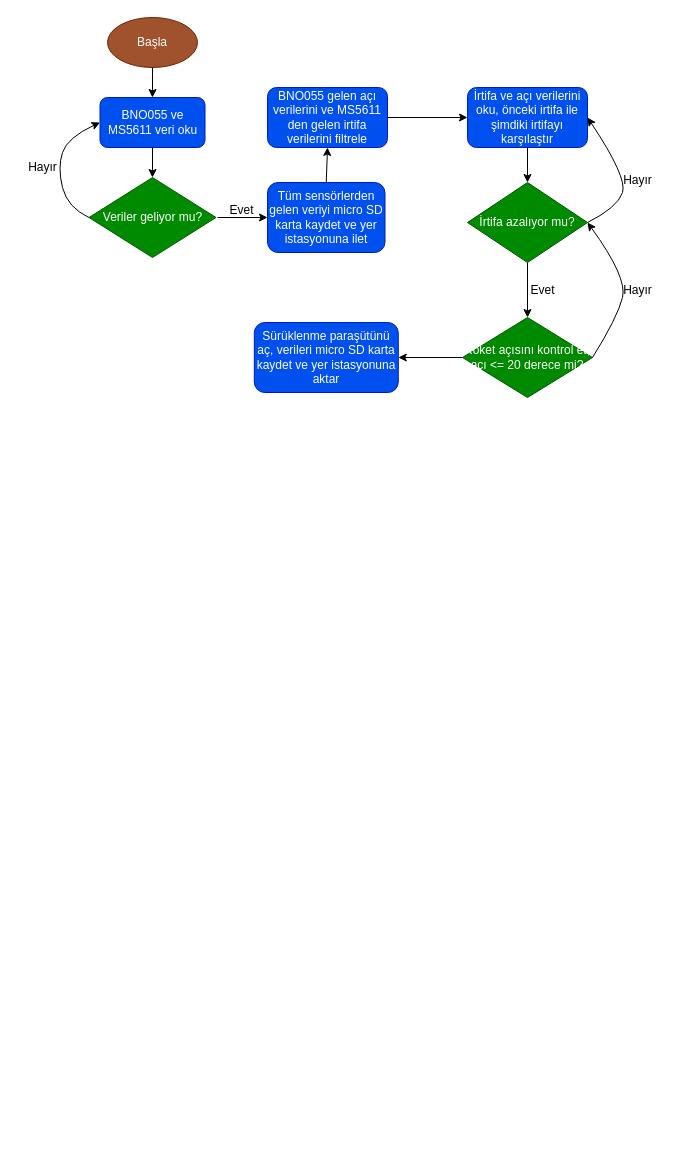
The draw.io diagram Untitled Diagram.drawio in berat1yvz/Rocket_RecoverySystem_Schematic_draw.io-YRT, before the edit. Source tidied: cells renumbered, new cells numbered last; positions are measured from the earlier drawing's top-left corner, leaving out a move shared by most shapes. Both pictures are drawn from the tidied source at 100%, with x=0, y=0 at pixel (17, 17).
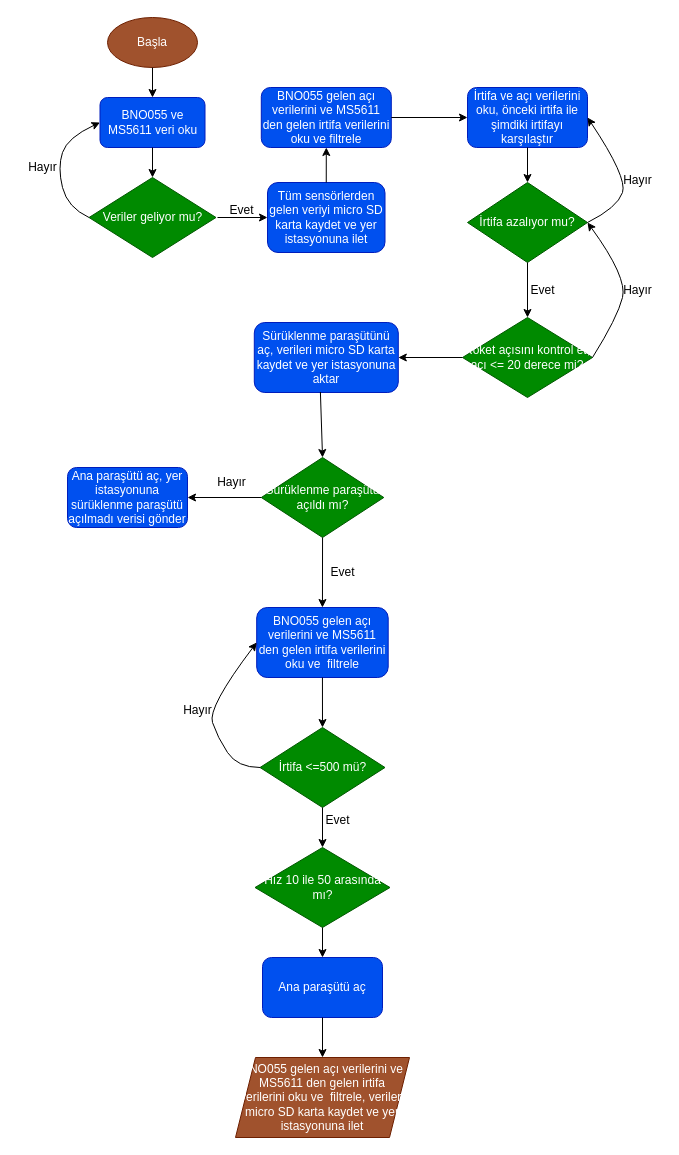
After the change.

The change refers to these unchanged cells:
```xml
<mxCell id="25" value="Sürüklenme paraşütünü aç, verileri micro SD karta kaydet ve yer istasyonuna aktar" style="rounded=1;whiteSpace=wrap;html=1;fillColor=#0050ef;fontColor=#ffffff;strokeColor=#001DBC;" parent="1" vertex="1">
  <mxGeometry x="236.8" y="305" width="144" height="70" as="geometry" />
</mxCell>
```

Diff of the diagram source:
```diff
@@
-    <mxCell id="12" value="BNO055 gelen açı verilerini ve MS5611 den gelen irtifa verilerini filtrele" style="rounded=1;whiteSpace=wrap;html=1;fillColor=#0050ef;fontColor=#ffffff;strokeColor=#001DBC;" parent="1" vertex="1">
-      <mxGeometry x="250" y="70" width="120" height="60" as="geometry" />
+    <mxCell id="12" value="BNO055 gelen açı verilerini ve MS5611 den gelen irtifa verilerini oku ve filtrele" style="rounded=1;whiteSpace=wrap;html=1;fillColor=#0050ef;fontColor=#ffffff;strokeColor=#001DBC;" parent="1" vertex="1">
+      <mxGeometry x="243.8" y="70" width="130" height="60" as="geometry" />
     </mxCell>
@@
+    <mxCell id="27" value="Sürüklenme paraşütü açıldı mı?" style="rhombus;whiteSpace=wrap;html=1;fillColor=#008a00;fontColor=#ffffff;strokeColor=#005700;" parent="1" vertex="1">
+      <mxGeometry x="243.8" y="440" width="122.5" height="80" as="geometry" />
+    </mxCell>
+    <mxCell id="28" value="BNO055 gelen açı verilerini ve MS5611 den gelen irtifa verilerini oku ve&amp;nbsp; filtrele" style="rounded=1;whiteSpace=wrap;html=1;fillColor=#0050ef;fontColor=#ffffff;strokeColor=#001DBC;" parent="1" vertex="1">
+      <mxGeometry x="239.2" y="590" width="131.5" height="70" as="geometry" />
+    </mxCell>
+    <mxCell id="29" style="endArrow=classic;html=1;rounded=0;entryX=0.5;entryY=0;entryDx=0;entryDy=0;exitX=0.5;exitY=1;exitDx=0;exitDy=0;" parent="1" edge="1" source="27" target="28">
+      <mxGeometry relative="1" as="geometry" />
+    </mxCell>
+    <mxCell id="30" value="Evet" style="text;html=1;align=center;verticalAlign=middle;strokeColor=none;fillColor=none;" parent="1" vertex="1">
+      <mxGeometry x="300" y="539.5" width="50" height="30" as="geometry" />
+    </mxCell>
+    <mxCell id="31" style="endArrow=classic;html=1;rounded=0;entryX=0.5;entryY=0;entryDx=0;entryDy=0;exitX=0.459;exitY=0.993;exitDx=0;exitDy=0;exitPerimeter=0;" parent="1" edge="1" source="25" target="27">
+      <mxGeometry relative="1" as="geometry" />
+    </mxCell>
+    <mxCell id="32" value="Ana paraşütü aç, yer istasyonuna sürüklenme paraşütü açılmadı verisi gönder" style="rounded=1;whiteSpace=wrap;html=1;fillColor=#0050ef;fontColor=#ffffff;strokeColor=#001DBC;" parent="1" vertex="1">
+      <mxGeometry x="50" y="450" width="120" height="60" as="geometry" />
+    </mxCell>
+    <mxCell id="33" style="endArrow=classic;html=1;rounded=0;entryX=1;entryY=0.5;entryDx=0;entryDy=0;exitX=0;exitY=0.5;exitDx=0;exitDy=0;" parent="1" edge="1" source="27" target="32">
+      <mxGeometry relative="1" as="geometry" />
+    </mxCell>
+    <mxCell id="34" value="Hayır" style="text;html=1;align=center;verticalAlign=middle;strokeColor=none;fillColor=none;" parent="1" vertex="1">
+      <mxGeometry x="189.2" y="450" width="50" height="30" as="geometry" />
+    </mxCell>
+    <mxCell id="35" value="İrtifa &amp;lt;=500 mü?" style="rhombus;whiteSpace=wrap;html=1;fillColor=#008a00;fontColor=#ffffff;strokeColor=#005700;" parent="1" vertex="1">
+      <mxGeometry x="242.5" y="710" width="125" height="80" as="geometry" />
+    </mxCell>
+    <mxCell id="36" style="endArrow=classic;html=1;rounded=0;entryX=0.5;entryY=0;entryDx=0;entryDy=0;exitX=0.5;exitY=1;exitDx=0;exitDy=0;" parent="1" edge="1" source="28" target="35">
+      <mxGeometry relative="1" as="geometry" />
+    </mxCell>
+    <mxCell id="37" value="Hız 10 ile 50 arasında mı?" style="rhombus;whiteSpace=wrap;html=1;fillColor=#008a00;fontColor=#ffffff;strokeColor=#005700;" parent="1" vertex="1">
+      <mxGeometry x="237.5" y="830" width="135" height="80" as="geometry" />
+    </mxCell>
+    <mxCell id="38" style="endArrow=classic;html=1;rounded=0;entryX=0.5;entryY=0;entryDx=0;entryDy=0;exitX=0.5;exitY=1;exitDx=0;exitDy=0;" parent="1" edge="1" source="35" target="37">
+      <mxGeometry relative="1" as="geometry" />
+    </mxCell>
+    <mxCell id="39" style="curved=1;endArrow=classic;html=1;rounded=0;exitX=0;exitY=0.5;exitDx=0;exitDy=0;entryX=0;entryY=0.5;entryDx=0;entryDy=0;" parent="1" edge="1" source="35" target="28">
+      <mxGeometry relative="1" as="geometry">
+        <Array as="points">
+          <mxPoint x="220" y="750" />
+          <mxPoint x="200" y="720" />
+          <mxPoint x="190" y="690" />
+        </Array>
+      </mxGeometry>
+    </mxCell>
+    <mxCell id="40" value="Hayır" style="text;html=1;align=center;verticalAlign=middle;strokeColor=none;fillColor=none;" parent="1" vertex="1">
+      <mxGeometry x="155" y="678" width="50" height="30" as="geometry" />
+    </mxCell>
+    <mxCell id="41" value="Evet" style="text;html=1;align=center;verticalAlign=middle;strokeColor=none;fillColor=none;" parent="1" vertex="1">
+      <mxGeometry x="295" y="788" width="50" height="30" as="geometry" />
+    </mxCell>
+    <mxCell id="42" value="Ana paraşütü aç" style="rounded=1;whiteSpace=wrap;html=1;fillColor=#0050ef;fontColor=#ffffff;strokeColor=#001DBC;" parent="1" vertex="1">
+      <mxGeometry x="245" y="940" width="120" height="60" as="geometry" />
+    </mxCell>
+    <mxCell id="43" style="endArrow=classic;html=1;rounded=0;entryX=0.5;entryY=0;entryDx=0;entryDy=0;exitX=0.5;exitY=1;exitDx=0;exitDy=0;" parent="1" edge="1" source="37" target="42">
+      <mxGeometry relative="1" as="geometry" />
+    </mxCell>
+    <mxCell id="44" value="BNO055 gelen açı verilerini ve MS5611 den gelen irtifa verilerini oku ve&amp;nbsp; filtrele, verileri micro SD karta kaydet ve yer istasyonuna ilet" style="shape=parallelogram;perimeter=parallelogramPerimeter;whiteSpace=wrap;html=1;fixedSize=1;fillColor=#a0522d;fontColor=#ffffff;strokeColor=#6D1F00;" parent="1" vertex="1">
+      <mxGeometry x="218" y="1040" width="174" height="80" as="geometry" />
+    </mxCell>
+    <mxCell id="45" style="endArrow=classic;html=1;rounded=0;entryX=0.5;entryY=0;entryDx=0;entryDy=0;exitX=0.5;exitY=1;exitDx=0;exitDy=0;" parent="1" edge="1" source="42" target="44">
+      <mxGeometry relative="1" as="geometry" />
+    </mxCell>
```
